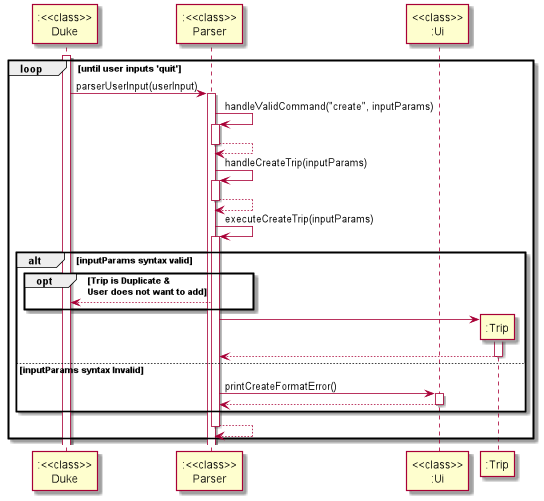
Before: docs/images/tripSeq.png, a diagram exported from PlantUML (nus-cs2113-AY2122S1/tp). Source of this version:
```plantuml
@startuml

participant ":<<class>>\nDuke" as d
participant ":<<class>>\nParser" as p
participant "<<class>>\n:Ui" as ui

loop until user inputs 'quit'

activate d
d->p : parserUserInput(userInput)
activate p
p->p: handleValidCommand("create", inputParams)
activate p
return
p->p: handleCreateTrip(inputParams)
activate p
return
p->p: executeCreateTrip(inputParams)
activate p

alt inputParams syntax valid
    opt Trip is Duplicate &\nUser does not want to add
    p-->d
    end
create participant ":Trip" as t
p->t++
return

else inputParams syntax Invalid

p->ui: printCreateFormatError()
activate ui
return
end
return
end
@enduml
```
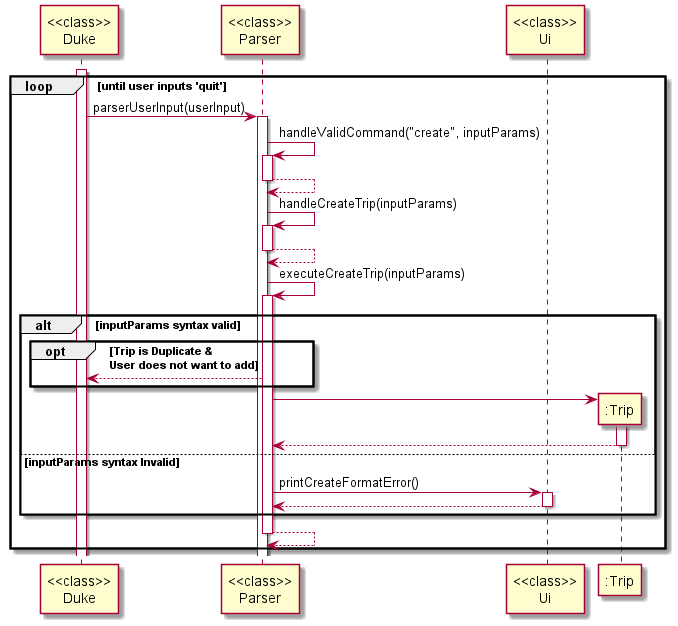
After the change.

Commit message:
Trip diagram changes

Diff of the diagram source:
```diff
@@ -1,8 +1,8 @@
 @startuml
 
-participant ":<<class>>\nDuke" as d
-participant ":<<class>>\nParser" as p
-participant "<<class>>\n:Ui" as ui
+participant "<<class>>\nDuke" as d
+participant "<<class>>\nParser" as p
+participant "<<class>>\nUi" as ui
 
 loop until user inputs 'quit'
 
```
